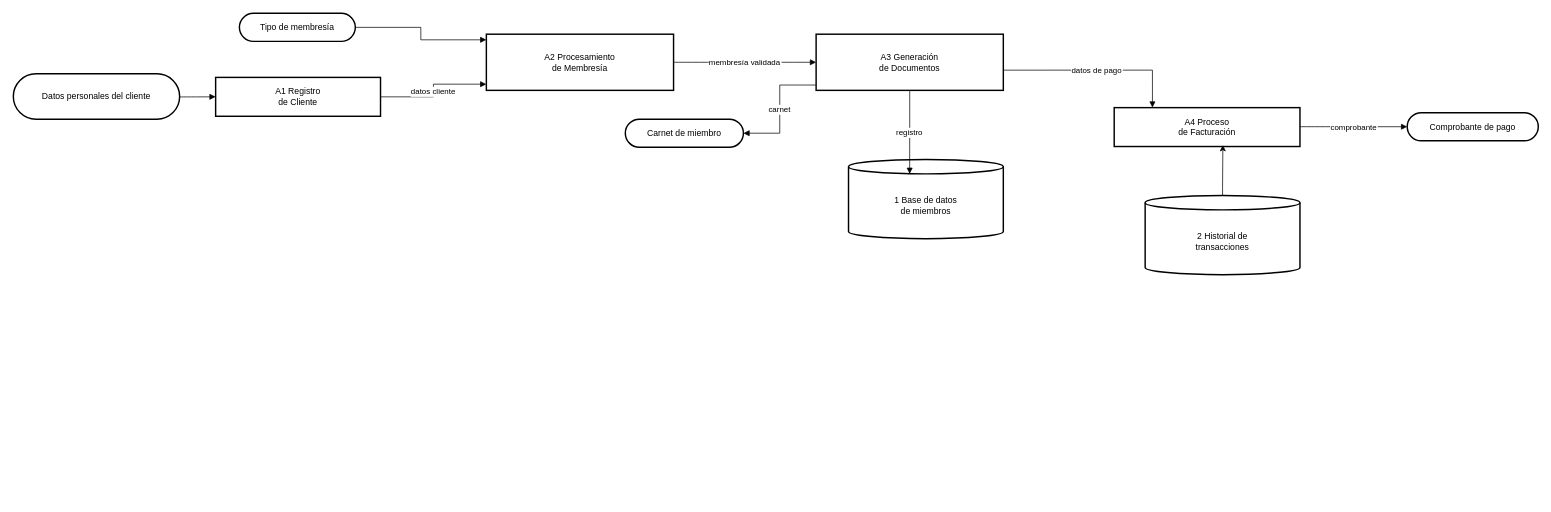
Earlier version of the draw.io diagram F_NIVEL0_P1.drawio (RogerNegrete/sistemas-distribuidos). Source tidied: cells renumbered, new cells numbered last; positions are measured from the earlier drawing's top-left corner, leaving out a move shared by most shapes. Both pictures are drawn from the tidied source at 72%, with x=0, y=0 at pixel (13, 13).
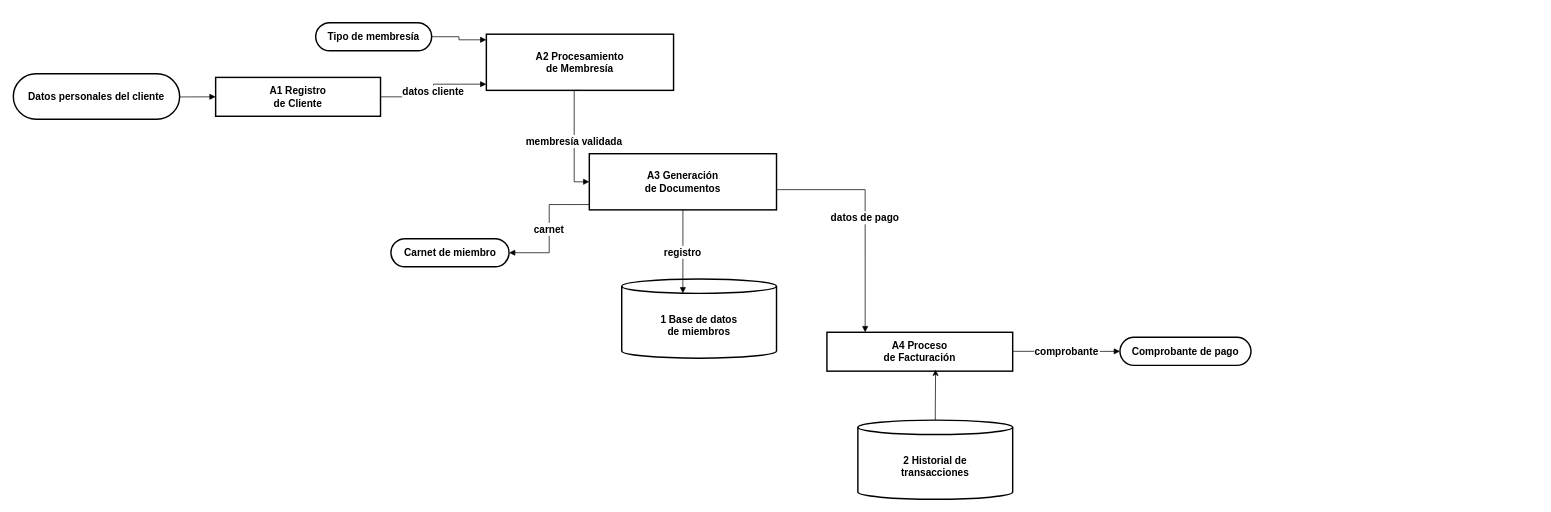
The same page after the edit.

The edit, as a diff of the source:
```diff
@@
-    <mxCell id="2" value="Datos personales del cliente" style="rounded=1;whiteSpace=wrap;arcSize=50;strokeWidth=2;" parent="1" vertex="1">
+    <mxCell id="2" value="Datos personales del cliente" style="rounded=1;whiteSpace=wrap;arcSize=50;strokeWidth=2;fontSize=14;fontStyle=1;" parent="1" vertex="1">
       <mxGeometry y="84" width="231" height="63" as="geometry" />
     </mxCell>
-    <mxCell id="3" value="A1 Registro&#10;de Cliente" style="whiteSpace=wrap;strokeWidth=2;" parent="1" vertex="1">
+    <mxCell id="3" value="A1 Registro&#10;de Cliente" style="whiteSpace=wrap;strokeWidth=2;fontSize=14;fontStyle=1;" parent="1" vertex="1">
       <mxGeometry x="281" y="89" width="229" height="54" as="geometry" />
     </mxCell>
-    <mxCell id="4" value="Tipo de membresía" style="rounded=1;whiteSpace=wrap;arcSize=50;strokeWidth=2;" parent="1" vertex="1">
-      <mxGeometry x="314" width="161" height="39" as="geometry" />
+    <mxCell id="4" value="Tipo de membresía" style="rounded=1;whiteSpace=wrap;arcSize=50;strokeWidth=2;fontSize=14;fontStyle=1;" parent="1" vertex="1">
+      <mxGeometry x="420" y="13" width="161" height="39" as="geometry" />
     </mxCell>
-    <mxCell id="5" value="A2 Procesamiento&#10;de Membresía" style="whiteSpace=wrap;strokeWidth=2;" parent="1" vertex="1">
+    <mxCell id="5" value="A2 Procesamiento&#10;de Membresía" style="whiteSpace=wrap;strokeWidth=2;fontSize=14;fontStyle=1;" parent="1" vertex="1">
       <mxGeometry x="657" y="29" width="260" height="78" as="geometry" />
     </mxCell>
-    <mxCell id="6" value="A3 Generación&#10;de Documentos" style="whiteSpace=wrap;strokeWidth=2;" parent="1" vertex="1">
-      <mxGeometry x="1115" y="29" width="260" height="78" as="geometry" />
+    <mxCell id="6" value="A3 Generación&#10;de Documentos" style="whiteSpace=wrap;strokeWidth=2;fontSize=14;fontStyle=1;" parent="1" vertex="1">
+      <mxGeometry x="800" y="195" width="260" height="78" as="geometry" />
     </mxCell>
-    <mxCell id="7" value="1 Base de datos&#10;de miembros" style="shape=cylinder3;boundedLbl=1;backgroundOutline=1;size=10;strokeWidth=2;whiteSpace=wrap;" parent="1" vertex="1">
-      <mxGeometry x="1160" y="203" width="215" height="110" as="geometry" />
+    <mxCell id="7" value="1 Base de datos&#10;de miembros" style="shape=cylinder3;boundedLbl=1;backgroundOutline=1;size=10;strokeWidth=2;whiteSpace=wrap;fontSize=14;fontStyle=1;" parent="1" vertex="1">
+      <mxGeometry x="845" y="369" width="215" height="110" as="geometry" />
     </mxCell>
-    <mxCell id="8" value="A4 Proceso&#10;de Facturación" style="whiteSpace=wrap;strokeWidth=2;" parent="1" vertex="1">
-      <mxGeometry x="1529" y="131" width="258" height="54" as="geometry" />
+    <mxCell id="8" value="A4 Proceso&#10;de Facturación" style="whiteSpace=wrap;strokeWidth=2;fontSize=14;fontStyle=1;" parent="1" vertex="1">
+      <mxGeometry x="1130" y="443" width="258" height="54" as="geometry" />
     </mxCell>
-    <mxCell id="9" value="2 Historial de&#10;transacciones" style="shape=cylinder3;boundedLbl=1;backgroundOutline=1;size=10;strokeWidth=2;whiteSpace=wrap;" parent="1" vertex="1">
-      <mxGeometry x="1572" y="253" width="215" height="110" as="geometry" />
+    <mxCell id="9" value="2 Historial de&#10;transacciones" style="shape=cylinder3;boundedLbl=1;backgroundOutline=1;size=10;strokeWidth=2;whiteSpace=wrap;fontSize=14;fontStyle=1;" parent="1" vertex="1">
+      <mxGeometry x="1173" y="565" width="215" height="110" as="geometry" />
     </mxCell>
-    <mxCell id="10" value="Comprobante de pago" style="rounded=1;whiteSpace=wrap;arcSize=50;strokeWidth=2;" parent="1" vertex="1">
-      <mxGeometry x="1936" y="138" width="182" height="39" as="geometry" />
+    <mxCell id="10" value="Comprobante de pago" style="rounded=1;whiteSpace=wrap;arcSize=50;strokeWidth=2;fontSize=14;fontStyle=1;" parent="1" vertex="1">
+      <mxGeometry x="1537" y="450" width="182" height="39" as="geometry" />
     </mxCell>
-    <mxCell id="11" value="Carnet de miembro" style="rounded=1;whiteSpace=wrap;arcSize=50;strokeWidth=2;" parent="1" vertex="1">
-      <mxGeometry x="850" y="147" width="164" height="39" as="geometry" />
+    <mxCell id="11" value="Carnet de miembro" style="rounded=1;whiteSpace=wrap;arcSize=50;strokeWidth=2;fontSize=14;fontStyle=1;" parent="1" vertex="1">
+      <mxGeometry x="524.5" y="313" width="164" height="39" as="geometry" />
     </mxCell>
@@
-    <mxCell id="14" value="datos cliente" style="startArrow=none;endArrow=block;exitX=1;exitY=0.5;entryX=0;entryY=0.89;rounded=0;edgeStyle=orthogonalEdgeStyle;" parent="1" edge="1" source="3" target="5">
+    <mxCell id="14" value="datos cliente" style="startArrow=none;endArrow=block;exitX=1;exitY=0.5;entryX=0;entryY=0.89;rounded=0;edgeStyle=orthogonalEdgeStyle;fontSize=14;fontStyle=1;" parent="1" edge="1" source="3" target="5">
       <mxGeometry relative="1" as="geometry" />
     </mxCell>
-    <mxCell id="15" value="membresía validada" style="curved=1;startArrow=none;endArrow=block;exitX=1;exitY=0.5;entryX=0;entryY=0.5;rounded=0;" parent="1" edge="1" source="5" target="6">
-      <mxGeometry relative="1" as="geometry" />
+    <mxCell id="15" value="membresía validada" style="startArrow=none;endArrow=block;entryX=0;entryY=0.5;rounded=0;edgeStyle=orthogonalEdgeStyle;exitX=0.5;exitY=1;exitDx=0;exitDy=0;fontSize=14;fontStyle=1;" parent="1" edge="1" source="5" target="6">
+      <mxGeometry relative="1" as="geometry">
+        <Array as="points">
+          <mxPoint x="779" y="107" />
+          <mxPoint x="779" y="234" />
+        </Array>
+      </mxGeometry>
     </mxCell>
-    <mxCell id="16" value="registro" style="startArrow=none;endArrow=block;exitX=0.5;exitY=1;entryX=0.395;entryY=0.182;rounded=0;exitDx=0;exitDy=0;edgeStyle=orthogonalEdgeStyle;entryDx=0;entryDy=0;entryPerimeter=0;" parent="1" edge="1" source="6" target="7">
+    <mxCell id="16" value="registro" style="startArrow=none;endArrow=block;exitX=0.5;exitY=1;entryX=0.395;entryY=0.182;rounded=0;exitDx=0;exitDy=0;edgeStyle=orthogonalEdgeStyle;entryDx=0;entryDy=0;entryPerimeter=0;fontSize=14;fontStyle=1;" parent="1" edge="1" source="6" target="7">
       <mxGeometry relative="1" as="geometry" />
     </mxCell>
-    <mxCell id="17" value="datos de pago" style="startArrow=none;endArrow=block;exitX=1;exitY=0.64;entryX=0.2;entryY=-0.01;rounded=0;edgeStyle=orthogonalEdgeStyle;" parent="1" edge="1" source="6" target="8">
+    <mxCell id="17" value="datos de pago" style="startArrow=none;endArrow=block;exitX=1;exitY=0.64;entryX=0.2;entryY=-0.01;rounded=0;edgeStyle=orthogonalEdgeStyle;fontSize=14;fontStyle=1;" parent="1" edge="1" source="6" target="8">
       <mxGeometry relative="1" as="geometry" />
     </mxCell>
-    <mxCell id="18" value="comprobante" style="curved=1;startArrow=none;endArrow=block;exitX=1;exitY=0.49;entryX=0;entryY=0.5;rounded=0;" parent="1" edge="1" source="8" target="10">
+    <mxCell id="18" value="comprobante" style="curved=1;startArrow=none;endArrow=block;exitX=1;exitY=0.49;entryX=0;entryY=0.5;rounded=0;fontSize=14;fontStyle=1;" parent="1" edge="1" source="8" target="10">
       <mxGeometry relative="1" as="geometry" />
     </mxCell>
-    <mxCell id="19" value="carnet" style="startArrow=none;endArrow=block;exitX=-0.001;exitY=0.905;entryX=1;entryY=0.5;rounded=0;edgeStyle=orthogonalEdgeStyle;exitDx=0;exitDy=0;exitPerimeter=0;entryDx=0;entryDy=0;" parent="1" edge="1" source="6" target="11">
+    <mxCell id="19" value="carnet" style="startArrow=none;endArrow=block;exitX=-0.001;exitY=0.905;entryX=1;entryY=0.5;rounded=0;edgeStyle=orthogonalEdgeStyle;exitDx=0;exitDy=0;exitPerimeter=0;entryDx=0;entryDy=0;fontSize=14;fontStyle=1;" parent="1" edge="1" source="6" target="11">
       <mxGeometry relative="1" as="geometry" />
     </mxCell>
     <mxCell id="20" style="edgeStyle=orthogonalEdgeStyle;rounded=0;jettySize=auto;html=1;exitX=0.5;exitY=0;exitDx=0;exitDy=0;exitPerimeter=0;entryX=0.585;entryY=0.963;entryDx=0;entryDy=0;entryPerimeter=0;" parent="1" edge="1" source="9" target="8">
       <mxGeometry relative="1" as="geometry">
         <Array as="points">
-          <mxPoint x="1679" y="243" />
-          <mxPoint x="1680" y="243" />
+          <mxPoint x="1280" y="555" />
+          <mxPoint x="1281" y="555" />
         </Array>
       </mxGeometry>
     </mxCell>
```
